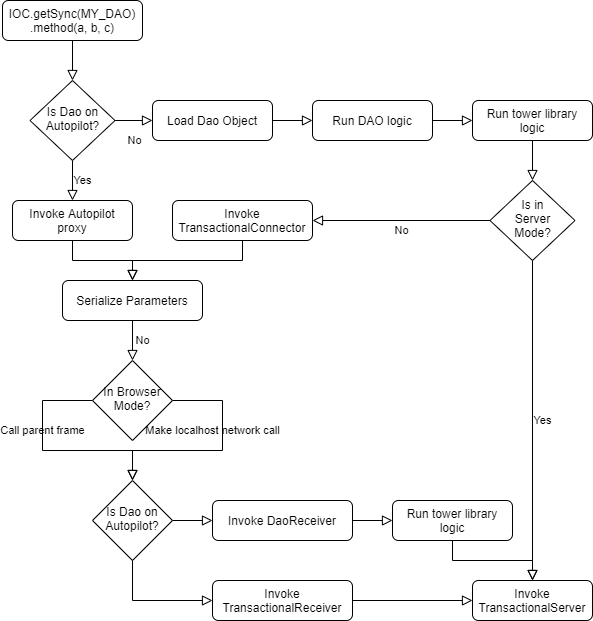
Earlier version of the draw.io export presentations/images/Zero-Code-Configuration.png (beyond-decentralized/AIRport). Source tidied: cells renumbered, new cells last; positions are measured from the earlier drawing's top-left corner, leaving out a move shared by most shapes.
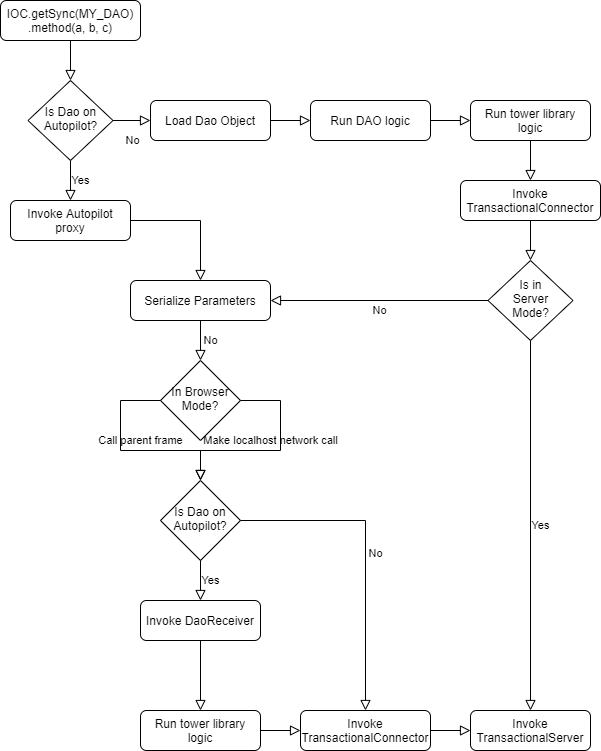
Later version of the same file.

Commit message:
Update Zero Code Configuration diagram for main README.md

Change to the diagram source:
```diff
@@ -24,42 +24,41 @@
       <mxGeometry y="10" relative="1" as="geometry" />
     </mxCell>
     <mxCell id="9" value="In Browser&lt;br&gt;Mode?" style="rhombus;whiteSpace=wrap;html=1;shadow=0;fontFamily=Helvetica;fontSize=12;align=center;strokeWidth=1;spacing=6;spacingTop=-4;" parent="1" vertex="1">
-      <mxGeometry x="90" y="360" width="80" height="80" as="geometry" />
+      <mxGeometry x="160" y="360" width="80" height="80" as="geometry" />
     </mxCell>
-    <mxCell id="10" style="edgeStyle=orthogonalEdgeStyle;rounded=0;html=1;jettySize=auto;fontSize=11;endArrow=block;endFill=0;endSize=8;strokeWidth=1;shadow=0;labelBackgroundColor=none;entryX=0.5;entryY=0;entryDx=0;entryDy=0;exitX=0.5;exitY=1;exitDx=0;exitDy=0;" parent="1" edge="1" source="11" target="33">
+    <mxCell id="10" style="edgeStyle=orthogonalEdgeStyle;rounded=0;html=1;jettySize=auto;fontSize=11;endArrow=block;endFill=0;endSize=8;strokeWidth=1;shadow=0;labelBackgroundColor=none;entryX=0.5;entryY=0;entryDx=0;entryDy=0;exitX=0.5;exitY=1;exitDx=0;exitDy=0;" parent="1" edge="1" source="11" target="28">
       <mxGeometry y="10" relative="1" as="geometry" />
     </mxCell>
     <mxCell id="11" value="Invoke&lt;br&gt;TransactionalConnector" style="rounded=1;whiteSpace=wrap;html=1;fontSize=12;glass=0;strokeWidth=1;shadow=0;" parent="1" vertex="1">
-      <mxGeometry x="170" y="200" width="140" height="40" as="geometry" />
+      <mxGeometry x="460" y="180" width="140" height="40" as="geometry" />
     </mxCell>
-    <mxCell id="12" style="edgeStyle=orthogonalEdgeStyle;rounded=0;html=1;jettySize=auto;fontSize=11;endArrow=block;endFill=0;endSize=8;strokeWidth=1;shadow=0;labelBackgroundColor=none;exitX=0.5;exitY=1;exitDx=0;exitDy=0;entryX=0.5;entryY=0;entryDx=0;entryDy=0;" parent="1" edge="1" source="7" target="33">
+    <mxCell id="12" style="edgeStyle=orthogonalEdgeStyle;rounded=0;html=1;jettySize=auto;fontSize=11;endArrow=block;endFill=0;endSize=8;strokeWidth=1;shadow=0;labelBackgroundColor=none;exitX=1;exitY=0.5;exitDx=0;exitDy=0;entryX=0.5;entryY=0;entryDx=0;entryDy=0;" parent="1" edge="1" source="7" target="33">
       <mxGeometry y="10" relative="1" as="geometry">
         <Array as="points">
-          <mxPoint x="70" y="260" />
-          <mxPoint x="130" y="260" />
+          <mxPoint x="200" y="220" />
         </Array>
       </mxGeometry>
     </mxCell>
     <mxCell id="13" value="Call parent frame" style="rounded=0;html=1;jettySize=auto;fontSize=11;endArrow=block;endFill=0;endSize=8;strokeWidth=1;shadow=0;labelBackgroundColor=none;edgeStyle=orthogonalEdgeStyle;exitX=0;exitY=0.5;exitDx=0;exitDy=0;entryX=0.5;entryY=0;entryDx=0;entryDy=0;" parent="1" edge="1" source="9" target="20">
-      <mxGeometry x="-0.27" relative="1" as="geometry">
+      <mxGeometry x="0.1" y="10" relative="1" as="geometry">
         <Array as="points">
-          <mxPoint x="40" y="400" />
-          <mxPoint x="40" y="450" />
-          <mxPoint x="130" y="450" />
+          <mxPoint x="120" y="400" />
+          <mxPoint x="120" y="450" />
+          <mxPoint x="200" y="450" />
         </Array>
       </mxGeometry>
     </mxCell>
     <mxCell id="14" value="Make localhost network call" style="rounded=0;html=1;jettySize=auto;fontSize=11;endArrow=block;endFill=0;endSize=8;strokeWidth=1;shadow=0;labelBackgroundColor=none;edgeStyle=orthogonalEdgeStyle;exitX=1;exitY=0.5;exitDx=0;exitDy=0;entryX=0.5;entryY=0;entryDx=0;entryDy=0;" parent="1" edge="1" source="9" target="20">
-      <mxGeometry x="-0.27" y="-10" relative="1" as="geometry">
+      <mxGeometry y="-10" relative="1" as="geometry">
         <Array as="points">
-          <mxPoint x="220" y="400" />
-          <mxPoint x="220" y="450" />
-          <mxPoint x="130" y="450" />
+          <mxPoint x="280" y="400" />
+          <mxPoint x="280" y="450" />
+          <mxPoint x="200" y="450" />
         </Array>
       </mxGeometry>
     </mxCell>
     <mxCell id="15" value="Invoke DaoReceiver" style="rounded=1;whiteSpace=wrap;html=1;fontSize=12;glass=0;strokeWidth=1;shadow=0;" parent="1" vertex="1">
-      <mxGeometry x="210" y="500" width="140" height="40" as="geometry" />
+      <mxGeometry x="140" y="600" width="120" height="40" as="geometry" />
     </mxCell>
     <mxCell id="16" value="Load Dao Object" style="rounded=1;whiteSpace=wrap;html=1;fontSize=12;glass=0;strokeWidth=1;shadow=0;" parent="1" vertex="1">
       <mxGeometry x="150" y="100" width="120" height="40" as="geometry" />
@@ -74,46 +73,46 @@
       <mxGeometry y="10" relative="1" as="geometry" />
     </mxCell>
     <mxCell id="20" value="Is Dao on Autopilot?" style="rhombus;whiteSpace=wrap;html=1;shadow=0;fontFamily=Helvetica;fontSize=12;align=center;strokeWidth=1;spacing=6;spacingTop=-4;" parent="1" vertex="1">
-      <mxGeometry x="90" y="480" width="80" height="80" as="geometry" />
+      <mxGeometry x="160" y="480" width="80" height="80" as="geometry" />
     </mxCell>
     <mxCell id="21" value="Run tower library logic&lt;br&gt;" style="rounded=1;whiteSpace=wrap;html=1;fontSize=12;glass=0;strokeWidth=1;shadow=0;" parent="1" vertex="1">
-      <mxGeometry x="390" y="500" width="120" height="40" as="geometry" />
+      <mxGeometry x="140" y="710" width="120" height="40" as="geometry" />
     </mxCell>
-    <mxCell id="22" style="edgeStyle=orthogonalEdgeStyle;rounded=0;html=1;jettySize=auto;fontSize=11;endArrow=block;endFill=0;endSize=8;strokeWidth=1;shadow=0;labelBackgroundColor=none;entryX=0.5;entryY=0;entryDx=0;entryDy=0;exitX=0.5;exitY=1;exitDx=0;exitDy=0;" parent="1" edge="1" source="18" target="28">
+    <mxCell id="22" style="edgeStyle=orthogonalEdgeStyle;rounded=0;html=1;jettySize=auto;fontSize=11;endArrow=block;endFill=0;endSize=8;strokeWidth=1;shadow=0;labelBackgroundColor=none;entryX=0.5;entryY=0;entryDx=0;entryDy=0;exitX=0.5;exitY=1;exitDx=0;exitDy=0;" parent="1" edge="1" source="18" target="11">
       <mxGeometry y="10" relative="1" as="geometry" />
     </mxCell>
-    <mxCell id="23" style="edgeStyle=orthogonalEdgeStyle;rounded=0;html=1;jettySize=auto;fontSize=11;endArrow=block;endFill=0;endSize=8;strokeWidth=1;shadow=0;labelBackgroundColor=none;exitX=1;exitY=0.5;exitDx=0;exitDy=0;entryX=0;entryY=0.5;entryDx=0;entryDy=0;" parent="1" edge="1" source="20" target="15">
+    <mxCell id="23" value="Yes" style="edgeStyle=orthogonalEdgeStyle;rounded=0;html=1;jettySize=auto;fontSize=11;endArrow=block;endFill=0;endSize=8;strokeWidth=1;shadow=0;labelBackgroundColor=none;exitX=0.5;exitY=1;exitDx=0;exitDy=0;entryX=0.5;entryY=0;entryDx=0;entryDy=0;" parent="1" edge="1" source="20" target="15">
       <mxGeometry y="10" relative="1" as="geometry" />
     </mxCell>
-    <mxCell id="24" style="edgeStyle=orthogonalEdgeStyle;rounded=0;html=1;jettySize=auto;fontSize=11;endArrow=block;endFill=0;endSize=8;strokeWidth=1;shadow=0;labelBackgroundColor=none;exitX=1;exitY=0.5;exitDx=0;exitDy=0;entryX=0;entryY=0.5;entryDx=0;entryDy=0;" parent="1" edge="1" source="15" target="21">
+    <mxCell id="24" style="edgeStyle=orthogonalEdgeStyle;rounded=0;html=1;jettySize=auto;fontSize=11;endArrow=block;endFill=0;endSize=8;strokeWidth=1;shadow=0;labelBackgroundColor=none;exitX=0.5;exitY=1;exitDx=0;exitDy=0;entryX=0.5;entryY=0;entryDx=0;entryDy=0;" parent="1" edge="1" source="15" target="21">
       <mxGeometry y="10" relative="1" as="geometry" />
     </mxCell>
     <mxCell id="25" value="Invoke&lt;br&gt;TransactionalServer" style="rounded=1;whiteSpace=wrap;html=1;fontSize=12;glass=0;strokeWidth=1;shadow=0;" parent="1" vertex="1">
-      <mxGeometry x="470" y="580" width="120" height="40" as="geometry" />
+      <mxGeometry x="470" y="710" width="120" height="40" as="geometry" />
     </mxCell>
-    <mxCell id="26" style="edgeStyle=orthogonalEdgeStyle;rounded=0;html=1;jettySize=auto;fontSize=11;endArrow=block;endFill=0;endSize=8;strokeWidth=1;shadow=0;labelBackgroundColor=none;exitX=0.5;exitY=1;exitDx=0;exitDy=0;entryX=0;entryY=0.5;entryDx=0;entryDy=0;" parent="1" edge="1" source="20" target="31">
+    <mxCell id="26" value="No" style="edgeStyle=orthogonalEdgeStyle;rounded=0;html=1;jettySize=auto;fontSize=11;endArrow=block;endFill=0;endSize=8;strokeWidth=1;shadow=0;labelBackgroundColor=none;exitX=1;exitY=0.5;exitDx=0;exitDy=0;" parent="1" edge="1" source="20" target="31">
       <mxGeometry y="10" relative="1" as="geometry" />
     </mxCell>
-    <mxCell id="27" style="edgeStyle=orthogonalEdgeStyle;rounded=0;html=1;jettySize=auto;fontSize=11;endArrow=block;endFill=0;endSize=8;strokeWidth=1;shadow=0;labelBackgroundColor=none;exitX=0.5;exitY=1;exitDx=0;exitDy=0;entryX=0.5;entryY=0;entryDx=0;entryDy=0;" parent="1" edge="1" source="21" target="25">
+    <mxCell id="27" style="edgeStyle=orthogonalEdgeStyle;rounded=0;html=1;jettySize=auto;fontSize=11;endArrow=block;endFill=0;endSize=8;strokeWidth=1;shadow=0;labelBackgroundColor=none;exitX=1;exitY=0.5;exitDx=0;exitDy=0;entryX=0;entryY=0.5;entryDx=0;entryDy=0;" parent="1" edge="1" source="21" target="31">
       <mxGeometry y="10" relative="1" as="geometry" />
     </mxCell>
     <mxCell id="28" value="Is in&lt;br&gt;Server Mode?" style="rhombus;whiteSpace=wrap;html=1;shadow=0;fontFamily=Helvetica;fontSize=12;align=center;strokeWidth=1;spacing=6;spacingTop=-4;" parent="1" vertex="1">
-      <mxGeometry x="487.5" y="180" width="85" height="80" as="geometry" />
+      <mxGeometry x="487.5" y="260" width="85" height="80" as="geometry" />
     </mxCell>
-    <mxCell id="29" value="No" style="edgeStyle=orthogonalEdgeStyle;rounded=0;html=1;jettySize=auto;fontSize=11;endArrow=block;endFill=0;endSize=8;strokeWidth=1;shadow=0;labelBackgroundColor=none;exitX=0;exitY=0.5;exitDx=0;exitDy=0;startArrow=none;entryX=1;entryY=0.5;entryDx=0;entryDy=0;" parent="1" edge="1" source="28" target="11">
+    <mxCell id="29" value="No" style="edgeStyle=orthogonalEdgeStyle;rounded=0;html=1;jettySize=auto;fontSize=11;endArrow=block;endFill=0;endSize=8;strokeWidth=1;shadow=0;labelBackgroundColor=none;exitX=0;exitY=0.5;exitDx=0;exitDy=0;startArrow=none;entryX=1;entryY=0.5;entryDx=0;entryDy=0;" parent="1" edge="1" source="28" target="33">
       <mxGeometry y="10" relative="1" as="geometry" />
     </mxCell>
     <mxCell id="30" value="Yes" style="edgeStyle=orthogonalEdgeStyle;rounded=0;html=1;jettySize=auto;fontSize=11;endArrow=block;endFill=0;endSize=8;strokeWidth=1;shadow=0;labelBackgroundColor=none;exitX=0.5;exitY=1;exitDx=0;exitDy=0;entryX=0.5;entryY=0;entryDx=0;entryDy=0;" parent="1" edge="1" source="28" target="25">
       <mxGeometry y="10" relative="1" as="geometry" />
     </mxCell>
-    <mxCell id="31" value="Invoke TransactionalReceiver" style="rounded=1;whiteSpace=wrap;html=1;fontSize=12;glass=0;strokeWidth=1;shadow=0;" parent="1" vertex="1">
-      <mxGeometry x="210" y="580" width="140" height="40" as="geometry" />
+    <mxCell id="31" value="Invoke TransactionalConnector" style="rounded=1;whiteSpace=wrap;html=1;fontSize=12;glass=0;strokeWidth=1;shadow=0;" parent="1" vertex="1">
+      <mxGeometry x="300" y="710" width="130" height="40" as="geometry" />
     </mxCell>
     <mxCell id="32" style="edgeStyle=orthogonalEdgeStyle;rounded=0;html=1;jettySize=auto;fontSize=11;endArrow=block;endFill=0;endSize=8;strokeWidth=1;shadow=0;labelBackgroundColor=none;exitX=1;exitY=0.5;exitDx=0;exitDy=0;entryX=0;entryY=0.5;entryDx=0;entryDy=0;" parent="1" edge="1" source="31" target="25">
       <mxGeometry y="10" relative="1" as="geometry" />
     </mxCell>
     <mxCell id="33" value="Serialize Parameters" style="rounded=1;whiteSpace=wrap;html=1;fontSize=12;glass=0;strokeWidth=1;shadow=0;" parent="1" vertex="1">
-      <mxGeometry x="60" y="280" width="140" height="40" as="geometry" />
+      <mxGeometry x="130" y="280" width="140" height="40" as="geometry" />
     </mxCell>
     <mxCell id="34" value="No" style="edgeStyle=orthogonalEdgeStyle;rounded=0;html=1;jettySize=auto;fontSize=11;endArrow=block;endFill=0;endSize=8;strokeWidth=1;shadow=0;labelBackgroundColor=none;exitX=0.5;exitY=1;exitDx=0;exitDy=0;startArrow=none;entryX=0.5;entryY=0;entryDx=0;entryDy=0;" parent="1" edge="1" source="33" target="9">
       <mxGeometry y="10" relative="1" as="geometry" />
```
